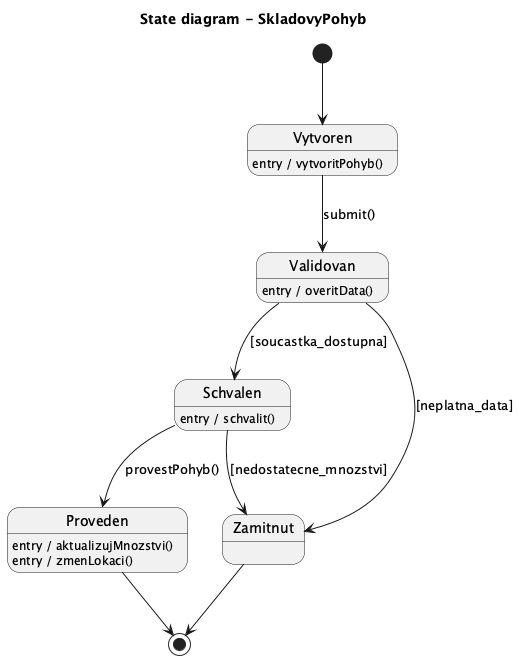
Above: docs/images/09_state_pohyb_skladu.png in lkvapil/wms-elektronicke-soucastky (PlantUML), before the change.
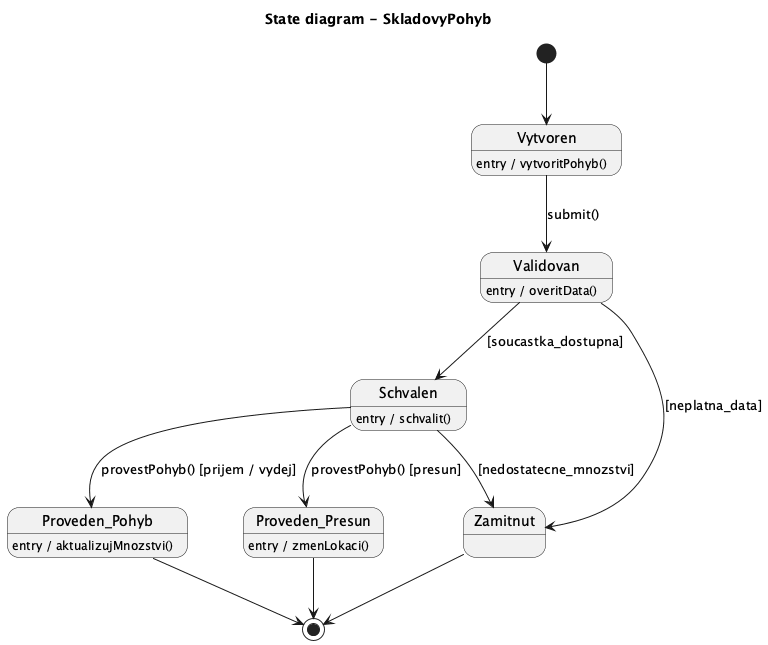
Above is the later version.

Commit message:
refactor: state diagram - oddelene stavy Proveden_Pohyb a Proveden_Presun

Diff of the diagram source:
```diff
@@ -11,13 +11,15 @@
 Validovan --> Zamitnut : [neplatna_data]
 
 Schvalen : entry / schvalit()
-Schvalen --> Proveden : provestPohyb()
+Schvalen --> Proveden_Pohyb : provestPohyb() [prijem / vydej]
+Schvalen --> Proveden_Presun : provestPohyb() [presun]
 Schvalen --> Zamitnut : [nedostatecne_mnozstvi]
 
-Proveden : entry / aktualizujMnozstvi()
-Proveden : entry / zmenLokaci()
+Proveden_Pohyb : entry / aktualizujMnozstvi()
+Proveden_Presun : entry / zmenLokaci()
 
-Proveden --> [*]
+Proveden_Pohyb --> [*]
+Proveden_Presun --> [*]
 Zamitnut --> [*]
 
 @enduml
```
